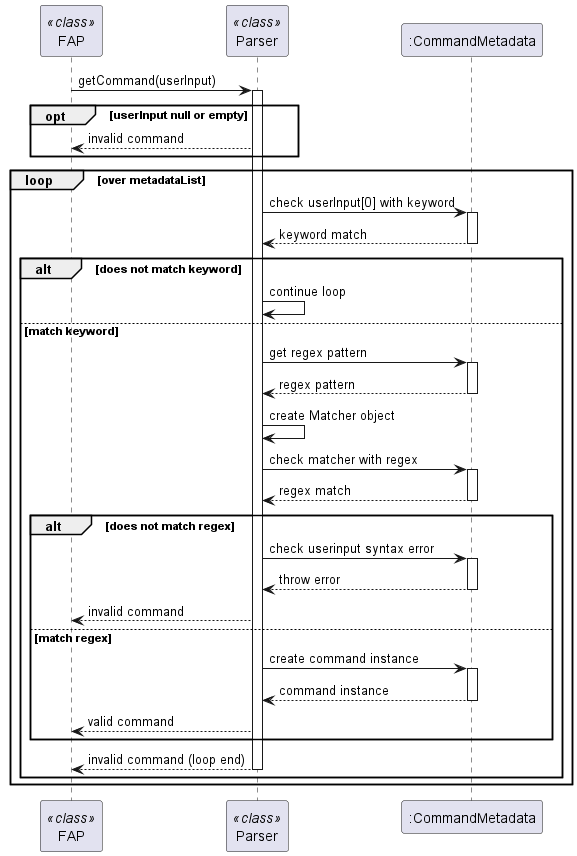
Earlier version of the PlantUML export docs/diagrams/ParserSequenceDiagram.png (fungg0/tp).
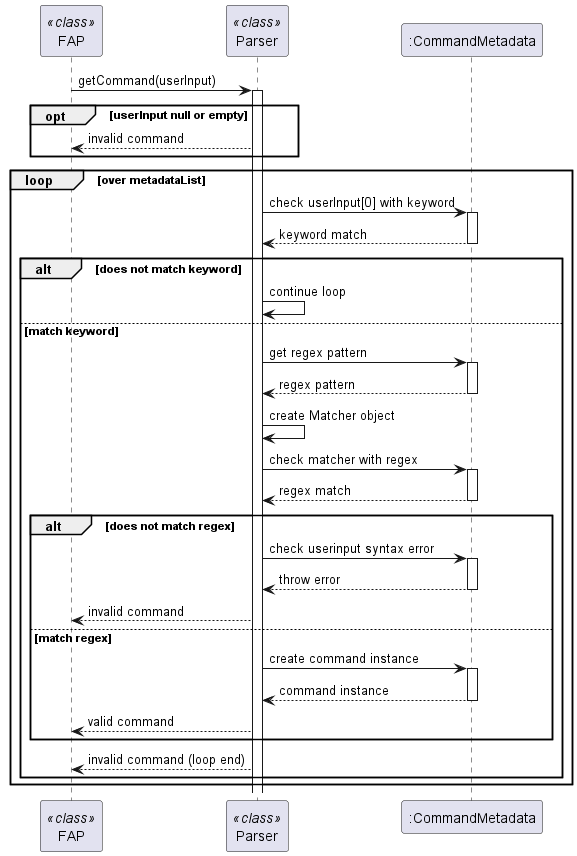
The same diagram one commit later.

The edit, as a diff of the source:
```diff
@@ -44,7 +44,6 @@
         end
 
         Parser --> FAP: invalid command (loop end)
-        deactivate Parser
     end
 end
 @enduml
```
